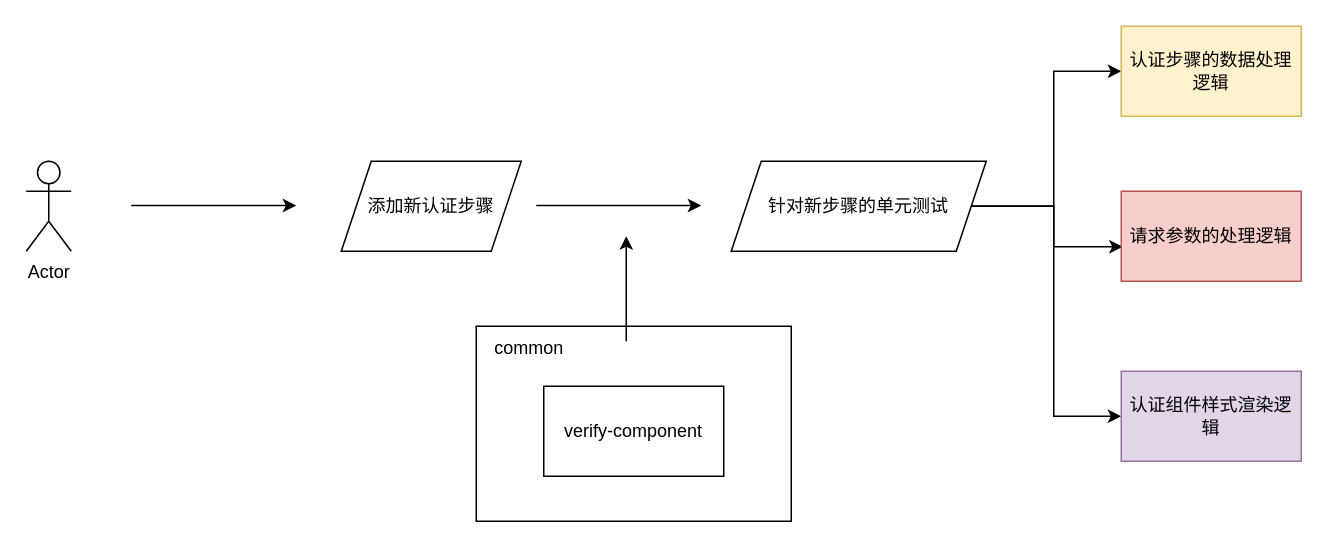
Before: page "第 1 页" (1 of 8) of useVerify/未命名绘图.drawio in RexYao97/sfrex, a draw.io diagram. Source tidied: cells renumbered, new cells numbered last; positions are measured from the earlier drawing's top-left corner, leaving out a move shared by most shapes. Both pictures are drawn from the tidied source at 150%, with x=0, y=0 at pixel (26, 26).
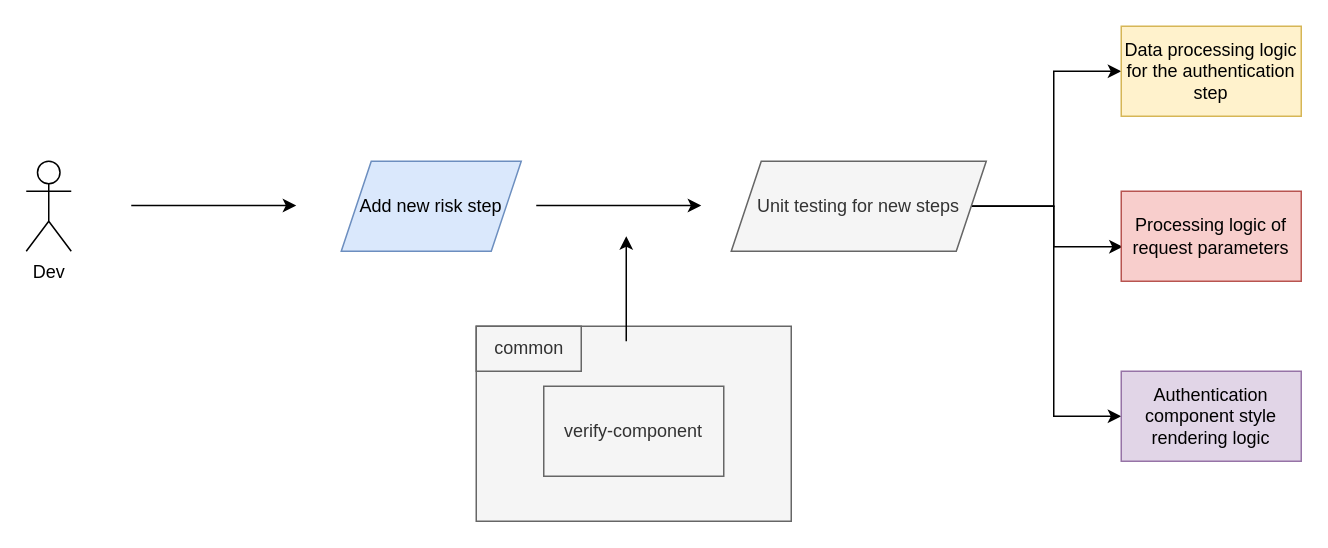
The same diagram, later.

Diff of the diagram source:
```diff
@@
 <mxGraphModel>
   <root>
     <mxCell id="0" />
     <mxCell id="1" parent="0" />
-    <mxCell id="2" style="rounded=0;whiteSpace=wrap;html=1;" parent="1" vertex="1">
+    <mxCell id="2" style="rounded=0;whiteSpace=wrap;html=1;fillColor=#f5f5f5;fontColor=#333333;strokeColor=#666666;" parent="1" vertex="1">
       <mxGeometry x="300" y="200" width="210" height="130" as="geometry" />
     </mxCell>
-    <mxCell id="3" value="Actor" style="shape=umlActor;verticalLabelPosition=bottom;verticalAlign=top;html=1;" parent="1" vertex="1">
+    <mxCell id="3" value="Dev" style="shape=umlActor;verticalLabelPosition=bottom;verticalAlign=top;html=1;" parent="1" vertex="1">
       <mxGeometry y="90" width="30" height="60" as="geometry" />
     </mxCell>
-    <mxCell id="4" value="添加新认证步骤" style="shape=parallelogram;perimeter=parallelogramPerimeter;whiteSpace=wrap;html=1;fixedSize=1;" parent="1" vertex="1">
+    <mxCell id="4" value="Add new risk step" style="shape=parallelogram;perimeter=parallelogramPerimeter;whiteSpace=wrap;html=1;fixedSize=1;fillColor=#dae8fc;strokeColor=#6c8ebf;" parent="1" vertex="1">
       <mxGeometry x="210" y="90" width="120" height="60" as="geometry" />
     </mxCell>
     <mxCell id="5" style="endArrow=classic;html=1;rounded=0;" parent="1" edge="1">
       <mxGeometry relative="1" as="geometry">
         <mxPoint x="70" y="119.5" as="sourcePoint" />
         <mxPoint x="180" y="119.5" as="targetPoint" />
       </mxGeometry>
     </mxCell>
     <mxCell id="6" style="edgeStyle=orthogonalEdgeStyle;rounded=0;jettySize=auto;html=1;entryX=0;entryY=0.5;entryDx=0;entryDy=0;" parent="1" edge="1" source="9" target="14">
       <mxGeometry relative="1" as="geometry" />
     </mxCell>
     <mxCell id="7" style="edgeStyle=orthogonalEdgeStyle;rounded=0;jettySize=auto;html=1;entryX=0.008;entryY=0.617;entryDx=0;entryDy=0;entryPerimeter=0;" parent="1" edge="1" source="9" target="15">
       <mxGeometry relative="1" as="geometry" />
     </mxCell>
     <mxCell id="8" style="edgeStyle=orthogonalEdgeStyle;rounded=0;jettySize=auto;html=1;entryX=0;entryY=0.5;entryDx=0;entryDy=0;" parent="1" edge="1" source="9" target="16">
       <mxGeometry relative="1" as="geometry" />
     </mxCell>
-    <mxCell id="9" value="针对新步骤的单元测试" style="shape=parallelogram;perimeter=parallelogramPerimeter;whiteSpace=wrap;html=1;fixedSize=1;" parent="1" vertex="1">
+    <mxCell id="9" value="Unit testing for new steps" style="shape=parallelogram;perimeter=parallelogramPerimeter;whiteSpace=wrap;html=1;fixedSize=1;fillColor=#f5f5f5;fontColor=#333333;strokeColor=#666666;" parent="1" vertex="1">
       <mxGeometry x="470" y="90" width="170" height="60" as="geometry" />
     </mxCell>
     <mxCell id="10" style="endArrow=classic;html=1;rounded=0;" parent="1" edge="1">
       <mxGeometry relative="1" as="geometry">
         <mxPoint x="340" y="119.5" as="sourcePoint" />
         <mxPoint x="450" y="119.5" as="targetPoint" />
       </mxGeometry>
     </mxCell>
     <mxCell id="11" style="edgeStyle=orthogonalEdgeStyle;rounded=0;orthogonalLoop=1;jettySize=auto;html=1;" parent="1" edge="1">
       <mxGeometry relative="1" as="geometry">
         <mxPoint x="400" y="210" as="sourcePoint" />
         <mxPoint x="400" y="140" as="targetPoint" />
       </mxGeometry>
     </mxCell>
-    <mxCell id="12" value="verify-component" style="rounded=0;whiteSpace=wrap;html=1;" parent="1" vertex="1">
+    <mxCell id="12" value="verify-component" style="rounded=0;whiteSpace=wrap;html=1;fillColor=#f5f5f5;fontColor=#333333;strokeColor=#666666;" parent="1" vertex="1">
       <mxGeometry x="345" y="240" width="120" height="60" as="geometry" />
     </mxCell>
-    <mxCell id="13" value="common" style="text;html=1;align=center;verticalAlign=middle;strokeColor=none;fillColor=none;" parent="1" vertex="1">
+    <mxCell id="13" value="common" style="text;html=1;align=center;verticalAlign=middle;strokeColor=#666666;fillColor=#f5f5f5;fontColor=#333333;" parent="1" vertex="1">
       <mxGeometry x="300" y="200" width="70" height="30" as="geometry" />
     </mxCell>
-    <mxCell id="14" value="认证步骤的数据处理逻辑" style="rounded=0;whiteSpace=wrap;html=1;fillColor=#fff2cc;strokeColor=#d6b656;" parent="1" vertex="1">
+    <mxCell id="14" value="Data processing logic for the authentication step" style="rounded=0;whiteSpace=wrap;html=1;fillColor=#fff2cc;strokeColor=#d6b656;" parent="1" vertex="1">
       <mxGeometry x="730" width="120" height="60" as="geometry" />
     </mxCell>
-    <mxCell id="15" value="请求参数的处理逻辑" style="rounded=0;whiteSpace=wrap;html=1;fillColor=#f8cecc;strokeColor=#b85450;" parent="1" vertex="1">
+    <mxCell id="15" value="Processing logic of request parameters" style="rounded=0;whiteSpace=wrap;html=1;fillColor=#f8cecc;strokeColor=#b85450;" parent="1" vertex="1">
       <mxGeometry x="730" y="110" width="120" height="60" as="geometry" />
     </mxCell>
-    <mxCell id="16" value="认证组件样式渲染逻辑" style="rounded=0;whiteSpace=wrap;html=1;fillColor=#e1d5e7;strokeColor=#9673a6;" parent="1" vertex="1">
+    <mxCell id="16" value="Authentication component style rendering logic" style="rounded=0;whiteSpace=wrap;html=1;fillColor=#e1d5e7;strokeColor=#9673a6;" parent="1" vertex="1">
       <mxGeometry x="730" y="230" width="120" height="60" as="geometry" />
     </mxCell>
   </root>
 </mxGraphModel>
```
